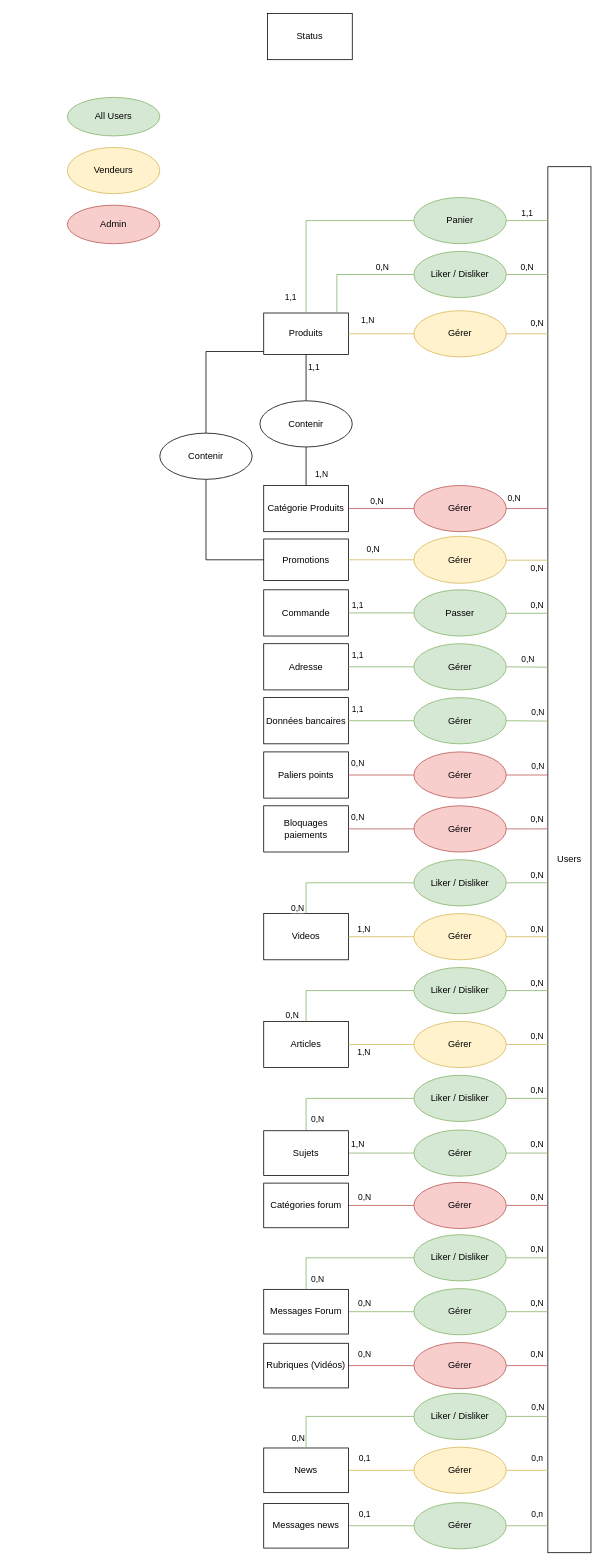
This is page "MCD" (1 of 4) of BDD.drawio from Benji290402/TpPHP-SQL, a draw.io file, before an edit. Source tidied: cells renumbered, new cells numbered last; positions are measured from the earlier drawing's top-left corner, leaving out a move shared by most shapes. Both pictures are drawn from the tidied source at 77%, with x=0, y=0 at pixel (67, 13).
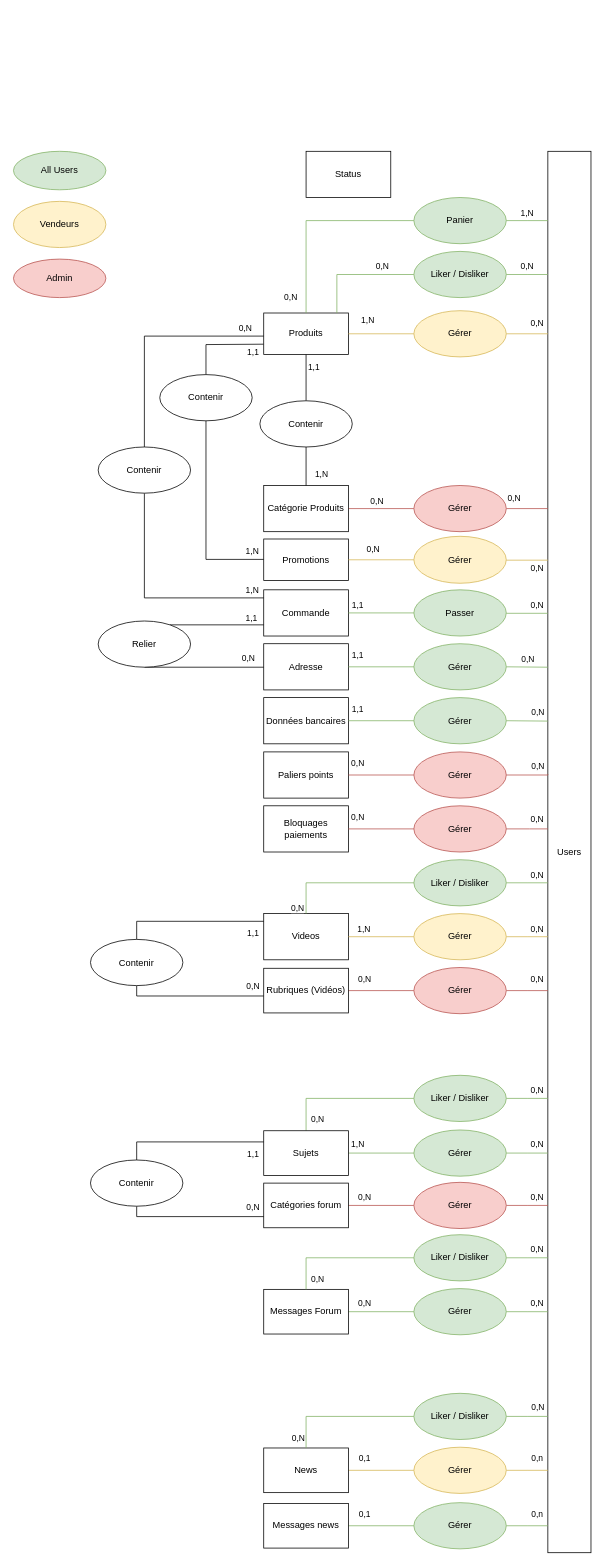
Above is the later version.

Unchanged cells that the change refers to:
```xml
<mxCell id="4" value="Produits" style="rounded=0;whiteSpace=wrap;html=1;" parent="1" vertex="1">
  <mxGeometry x="255" y="389" width="110" height="54" as="geometry" />
</mxCell>
<mxCell id="7" value="Panier" style="ellipse;whiteSpace=wrap;html=1;fillColor=#d5e8d4;strokeColor=#82b366;" parent="1" vertex="1">
  <mxGeometry x="450" y="239" width="120" height="60" as="geometry" />
</mxCell>
<mxCell id="17" value="Promotions" style="rounded=0;whiteSpace=wrap;html=1;" parent="1" vertex="1">
  <mxGeometry x="255" y="682.5" width="110" height="54" as="geometry" />
</mxCell>
<mxCell id="25" value="Commande" style="rounded=0;whiteSpace=wrap;html=1;" parent="1" vertex="1">
  <mxGeometry x="255" y="748.5" width="110" height="60" as="geometry" />
</mxCell>
<mxCell id="30" value="Adresse" style="rounded=0;whiteSpace=wrap;html=1;" parent="1" vertex="1">
  <mxGeometry x="255" y="818.5" width="110" height="60" as="geometry" />
</mxCell>
<mxCell id="62" value="Sujets" style="rounded=0;whiteSpace=wrap;html=1;" parent="1" vertex="1">
  <mxGeometry x="255" y="1451" width="110" height="58" as="geometry" />
</mxCell>
<mxCell id="66" value="Catégories forum" style="rounded=0;whiteSpace=wrap;html=1;" parent="1" vertex="1">
  <mxGeometry x="255" y="1519" width="110" height="58" as="geometry" />
</mxCell>
```

Diff of the diagram source:
```diff
@@
     <mxCell id="2" value="Users" style="rounded=0;whiteSpace=wrap;html=1;glass=0;shadow=0;sketch=0;" parent="1" vertex="1">
-      <mxGeometry x="624" y="199" width="56" height="1800" as="geometry" />
+      <mxGeometry x="624" y="179" width="56" height="1820" as="geometry" />
     </mxCell>
-    <mxCell id="3" style="edgeStyle=orthogonalEdgeStyle;rounded=0;jettySize=auto;html=1;endArrow=none;endFill=0;" parent="1" edge="1" source="4" target="101">
-      <mxGeometry relative="1" as="geometry">
+    <mxCell id="3" value="1,1" style="edgeStyle=elbowEdgeStyle;rounded=0;jettySize=auto;html=1;endArrow=none;endFill=0;entryX=0.5;entryY=0;entryDx=0;entryDy=0;exitX=0;exitY=0.75;exitDx=0;exitDy=0;elbow=vertical;" parent="1" edge="1" source="4" target="101">
+      <mxGeometry x="-0.74" y="10" relative="1" as="geometry">
         <Array as="points">
-          <mxPoint x="180" y="439" />
+          <mxPoint x="220" y="430" />
         </Array>
       </mxGeometry>
     </mxCell>
@@
-    <mxCell id="5" value="1,1" style="edgeStyle=orthogonalEdgeStyle;rounded=0;jettySize=auto;html=1;endArrow=none;endFill=0;fillColor=#d5e8d4;strokeColor=#82b366;" parent="1" edge="1" source="4" target="7">
+    <mxCell id="5" value="0,N" style="edgeStyle=orthogonalEdgeStyle;rounded=0;jettySize=auto;html=1;endArrow=none;endFill=0;fillColor=#d5e8d4;strokeColor=#82b366;" parent="1" edge="1" source="4" target="7">
       <mxGeometry x="-0.85" y="20" relative="1" as="geometry">
         <Array as="points">
           <mxPoint x="310" y="269" />
         </Array>
       </mxGeometry>
     </mxCell>
-    <mxCell id="6" value="1,1" style="edgeStyle=elbowEdgeStyle;rounded=0;jettySize=auto;elbow=vertical;html=1;exitX=1;exitY=0.5;exitDx=0;exitDy=0;endArrow=none;endFill=0;fillColor=#d5e8d4;strokeColor=#82b366;" parent="1" edge="1" source="7" target="2">
+    <mxCell id="6" value="1,N" style="edgeStyle=elbowEdgeStyle;rounded=0;jettySize=auto;elbow=vertical;html=1;exitX=1;exitY=0.5;exitDx=0;exitDy=0;endArrow=none;endFill=0;fillColor=#d5e8d4;strokeColor=#82b366;" parent="1" edge="1" source="7" target="2">
       <mxGeometry y="10" relative="1" as="geometry" />
     </mxCell>
@@
     <mxCell id="38" value="Status" style="rounded=0;whiteSpace=wrap;html=1;" parent="1" vertex="1">
-      <mxGeometry x="260" width="110" height="60" as="geometry" />
+      <mxGeometry x="310" y="179" width="110" height="60" as="geometry" />
     </mxCell>
@@
     <mxCell id="47" value="All Users" style="ellipse;whiteSpace=wrap;html=1;fillColor=#d5e8d4;strokeColor=#82b366;" parent="1" vertex="1">
-      <mxGeometry y="109" width="120" height="50" as="geometry" />
+      <mxGeometry x="-70" y="179" width="120" height="50" as="geometry" />
     </mxCell>
     <mxCell id="48" value="Admin" style="ellipse;whiteSpace=wrap;html=1;fillColor=#f8cecc;strokeColor=#b85450;" parent="1" vertex="1">
-      <mxGeometry y="249" width="120" height="50" as="geometry" />
+      <mxGeometry x="-70" y="319" width="120" height="50" as="geometry" />
     </mxCell>
     <mxCell id="49" value="Vendeurs" style="ellipse;whiteSpace=wrap;html=1;fillColor=#fff2cc;strokeColor=#d6b656;" parent="1" vertex="1">
-      <mxGeometry y="174" width="120" height="60" as="geometry" />
+      <mxGeometry x="-70" y="244" width="120" height="60" as="geometry" />
     </mxCell>
@@
-    <mxCell id="54" value="Articles" style="rounded=0;whiteSpace=wrap;html=1;" parent="1" vertex="1">
-      <mxGeometry x="255" y="1309" width="110" height="60" as="geometry" />
-    </mxCell>
-    <mxCell id="55" value="1,N" style="edgeStyle=orthogonalEdgeStyle;rounded=0;jettySize=auto;html=1;exitX=0;exitY=0.5;exitDx=0;exitDy=0;endArrow=none;endFill=0;fillColor=#fff2cc;strokeColor=#d6b656;" parent="1" edge="1" source="57" target="54">
-      <mxGeometry x="0.52" y="10" relative="1" as="geometry" />
-    </mxCell>
-    <mxCell id="56" value="0,N" style="edgeStyle=elbowEdgeStyle;rounded=0;jettySize=auto;elbow=vertical;html=1;exitX=1;exitY=0.5;exitDx=0;exitDy=0;endArrow=none;endFill=0;fillColor=#fff2cc;strokeColor=#d6b656;" parent="1" edge="1" source="57">
-      <mxGeometry x="0.48" y="10" relative="1" as="geometry">
-        <mxPoint x="624" y="1339" as="targetPoint" />
-        <Array as="points">
-          <mxPoint x="590" y="1339" />
-          <mxPoint x="600" y="1349" />
-        </Array>
-      </mxGeometry>
-    </mxCell>
-    <mxCell id="57" value="Gérer" style="ellipse;whiteSpace=wrap;html=1;fillColor=#fff2cc;strokeColor=#d6b656;" parent="1" vertex="1">
-      <mxGeometry x="450" y="1309" width="120" height="60" as="geometry" />
-    </mxCell>
@@
     <mxCell id="77" value="Rubriques (Vidéos)" style="rounded=0;whiteSpace=wrap;html=1;" parent="1" vertex="1">
-      <mxGeometry x="255" y="1727" width="110" height="58" as="geometry" />
+      <mxGeometry x="255" y="1240" width="110" height="58" as="geometry" />
     </mxCell>
     <mxCell id="78" value="0,N" style="edgeStyle=elbowEdgeStyle;rounded=0;jettySize=auto;elbow=vertical;html=1;exitX=1;exitY=0.5;exitDx=0;exitDy=0;endArrow=none;endFill=0;fillColor=#f8cecc;strokeColor=#b85450;" parent="1" edge="1" source="79">
       <mxGeometry x="0.48" y="15" relative="1" as="geometry">
-        <mxPoint x="624" y="1756" as="targetPoint" />
+        <mxPoint x="624" y="1269" as="targetPoint" />
       </mxGeometry>
     </mxCell>
     <mxCell id="79" value="Gérer" style="ellipse;whiteSpace=wrap;html=1;fillColor=#f8cecc;strokeColor=#b85450;" parent="1" vertex="1">
-      <mxGeometry x="450" y="1726" width="120" height="60" as="geometry" />
+      <mxGeometry x="450" y="1239" width="120" height="60" as="geometry" />
     </mxCell>
@@
-    <mxCell id="94" value="0,N" style="edgeStyle=elbowEdgeStyle;rounded=0;jettySize=auto;elbow=vertical;html=1;exitX=1;exitY=0.5;exitDx=0;exitDy=0;endArrow=none;endFill=0;fillColor=#d5e8d4;strokeColor=#82b366;" parent="1" edge="1" source="96">
-      <mxGeometry x="0.48" y="10" relative="1" as="geometry">
-        <mxPoint x="624" y="1269" as="targetPoint" />
-      </mxGeometry>
-    </mxCell>
-    <mxCell id="95" value="0,N" style="edgeStyle=elbowEdgeStyle;rounded=0;jettySize=auto;html=1;exitX=0;exitY=0.5;exitDx=0;exitDy=0;endArrow=none;endFill=0;fillColor=#d5e8d4;strokeColor=#82b366;" parent="1" edge="1" source="96" target="54">
-      <mxGeometry x="0.91" y="-18" relative="1" as="geometry">
-        <Array as="points">
-          <mxPoint x="310" y="1290.5" />
-        </Array>
-      </mxGeometry>
-    </mxCell>
-    <mxCell id="96" value="Liker / Disliker" style="ellipse;whiteSpace=wrap;html=1;fillColor=#d5e8d4;strokeColor=#82b366;" parent="1" vertex="1">
-      <mxGeometry x="450" y="1239" width="120" height="60" as="geometry" />
-    </mxCell>
@@
-    <mxCell id="100" style="edgeStyle=orthogonalEdgeStyle;rounded=0;jettySize=auto;html=1;exitX=0.5;exitY=1;exitDx=0;exitDy=0;entryX=0;entryY=0.5;entryDx=0;entryDy=0;endArrow=none;endFill=0;" parent="1" edge="1" source="101" target="17">
-      <mxGeometry relative="1" as="geometry" />
+    <mxCell id="100" value="1,N" style="edgeStyle=elbowEdgeStyle;rounded=0;jettySize=auto;html=1;exitX=0.5;exitY=1;exitDx=0;exitDy=0;endArrow=none;endFill=0;elbow=vertical;" parent="1" edge="1" source="101" target="17">
+      <mxGeometry x="0.88" y="11" relative="1" as="geometry">
+        <Array as="points">
+          <mxPoint x="220" y="709" />
+        </Array>
+        <mxPoint y="1" as="offset" />
+      </mxGeometry>
     </mxCell>
     <mxCell id="101" value="Contenir" style="ellipse;whiteSpace=wrap;html=1;" parent="1" vertex="1">
-      <mxGeometry x="120" y="545" width="120" height="60" as="geometry" />
+      <mxGeometry x="120" y="469" width="120" height="60" as="geometry" />
     </mxCell>
+    <mxCell id="102" value="0,N" style="edgeStyle=elbowEdgeStyle;rounded=0;jettySize=auto;html=1;exitX=0.5;exitY=0;exitDx=0;exitDy=0;endArrow=none;endFill=0;elbow=vertical;" parent="1" edge="1" source="103" target="4">
+      <mxGeometry x="0.84" y="10" relative="1" as="geometry">
+        <Array as="points">
+          <mxPoint x="220" y="419" />
+        </Array>
+      </mxGeometry>
+    </mxCell>
+    <mxCell id="55" value="1,N" style="edgeStyle=elbowEdgeStyle;rounded=0;jettySize=auto;html=1;exitX=0.5;exitY=1;exitDx=0;exitDy=0;endArrow=none;endFill=0;elbow=vertical;" parent="1" edge="1" source="103" target="25">
+      <mxGeometry x="0.9" y="10" relative="1" as="geometry">
+        <Array as="points">
+          <mxPoint x="200" y="759" />
+        </Array>
+      </mxGeometry>
+    </mxCell>
+    <mxCell id="103" value="Contenir" style="ellipse;whiteSpace=wrap;html=1;" parent="1" vertex="1">
+      <mxGeometry x="40" y="563" width="120" height="60" as="geometry" />
+    </mxCell>
+    <mxCell id="104" value="0,N" style="edgeStyle=elbowEdgeStyle;rounded=0;jettySize=auto;elbow=vertical;html=1;endArrow=none;endFill=0;entryX=0;entryY=0.5;entryDx=0;entryDy=0;" parent="1" edge="1" source="106" target="30">
+      <mxGeometry x="0.73" y="11" relative="1" as="geometry" />
+    </mxCell>
+    <mxCell id="105" value="1,1" style="edgeStyle=elbowEdgeStyle;rounded=0;jettySize=auto;elbow=vertical;html=1;endArrow=none;endFill=0;entryX=0;entryY=0.75;entryDx=0;entryDy=0;" parent="1" edge="1" source="106" target="25">
+      <mxGeometry x="0.73" y="9" relative="1" as="geometry" />
+    </mxCell>
+    <mxCell id="106" value="Relier" style="ellipse;whiteSpace=wrap;html=1;" parent="1" vertex="1">
+      <mxGeometry x="40" y="789" width="120" height="60" as="geometry" />
+    </mxCell>
+    <mxCell id="107" value="0,N" style="edgeStyle=elbowEdgeStyle;rounded=0;jettySize=auto;html=1;exitX=0.5;exitY=1;exitDx=0;exitDy=0;entryX=0;entryY=0.75;entryDx=0;entryDy=0;endArrow=none;endFill=0;" parent="1" edge="1" source="109" target="66">
+      <mxGeometry x="0.83" y="14" relative="1" as="geometry">
+        <Array as="points">
+          <mxPoint x="90" y="1549" />
+        </Array>
+        <mxPoint x="1" y="1" as="offset" />
+      </mxGeometry>
+    </mxCell>
+    <mxCell id="108" value="1,1" style="edgeStyle=elbowEdgeStyle;rounded=0;jettySize=auto;html=1;exitX=0.5;exitY=0;exitDx=0;exitDy=0;entryX=0;entryY=0.25;entryDx=0;entryDy=0;endArrow=none;endFill=0;" parent="1" edge="1" source="109" target="62">
+      <mxGeometry x="0.84" y="-14" relative="1" as="geometry">
+        <Array as="points">
+          <mxPoint x="90" y="1480" />
+        </Array>
+        <mxPoint x="1" y="1" as="offset" />
+      </mxGeometry>
+    </mxCell>
+    <mxCell id="109" value="Contenir" style="ellipse;whiteSpace=wrap;html=1;" parent="1" vertex="1">
+      <mxGeometry x="30" y="1489" width="120" height="60" as="geometry" />
+    </mxCell>
+    <mxCell id="110" value="0,N" style="edgeStyle=elbowEdgeStyle;rounded=0;jettySize=auto;html=1;exitX=0.5;exitY=1;exitDx=0;exitDy=0;entryX=0;entryY=0.75;entryDx=0;entryDy=0;endArrow=none;endFill=0;" parent="1" edge="1" source="112">
+      <mxGeometry x="0.83" y="14" relative="1" as="geometry">
+        <mxPoint x="255" y="1276" as="targetPoint" />
+        <Array as="points">
+          <mxPoint x="90" y="1262.5" />
+        </Array>
+        <mxPoint x="1" y="1" as="offset" />
+      </mxGeometry>
+    </mxCell>
+    <mxCell id="111" value="1,1" style="edgeStyle=elbowEdgeStyle;rounded=0;jettySize=auto;html=1;exitX=0.5;exitY=0;exitDx=0;exitDy=0;entryX=0;entryY=0.25;entryDx=0;entryDy=0;endArrow=none;endFill=0;" parent="1" edge="1" source="112">
+      <mxGeometry x="0.84" y="-14" relative="1" as="geometry">
+        <mxPoint x="255" y="1179" as="targetPoint" />
+        <Array as="points">
+          <mxPoint x="90" y="1193.5" />
+        </Array>
+        <mxPoint x="1" y="1" as="offset" />
+      </mxGeometry>
+    </mxCell>
+    <mxCell id="112" value="Contenir" style="ellipse;whiteSpace=wrap;html=1;" parent="1" vertex="1">
+      <mxGeometry x="30" y="1202.5" width="120" height="60" as="geometry" />
+    </mxCell>
```
